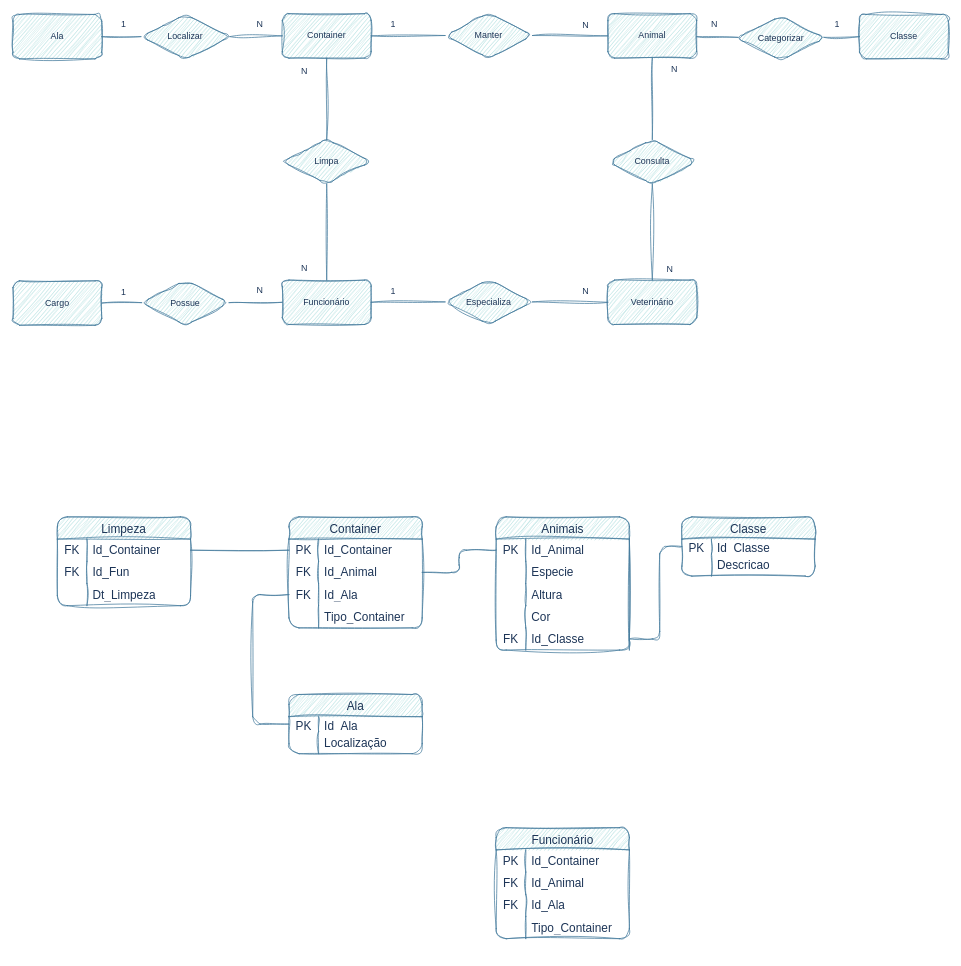
This is ETEC/DB/Atvs/Diagrama sem nome.drawio from Endrigogustavo/2Ano-ETEC, a draw.io file, before an edit. Source tidied: cells renumbered, new cells numbered last; positions are measured from the earlier drawing's top-left corner, leaving out a move shared by most shapes. Both pictures are drawn from the tidied source at 74%, with x=0, y=0 at pixel (13, 13).
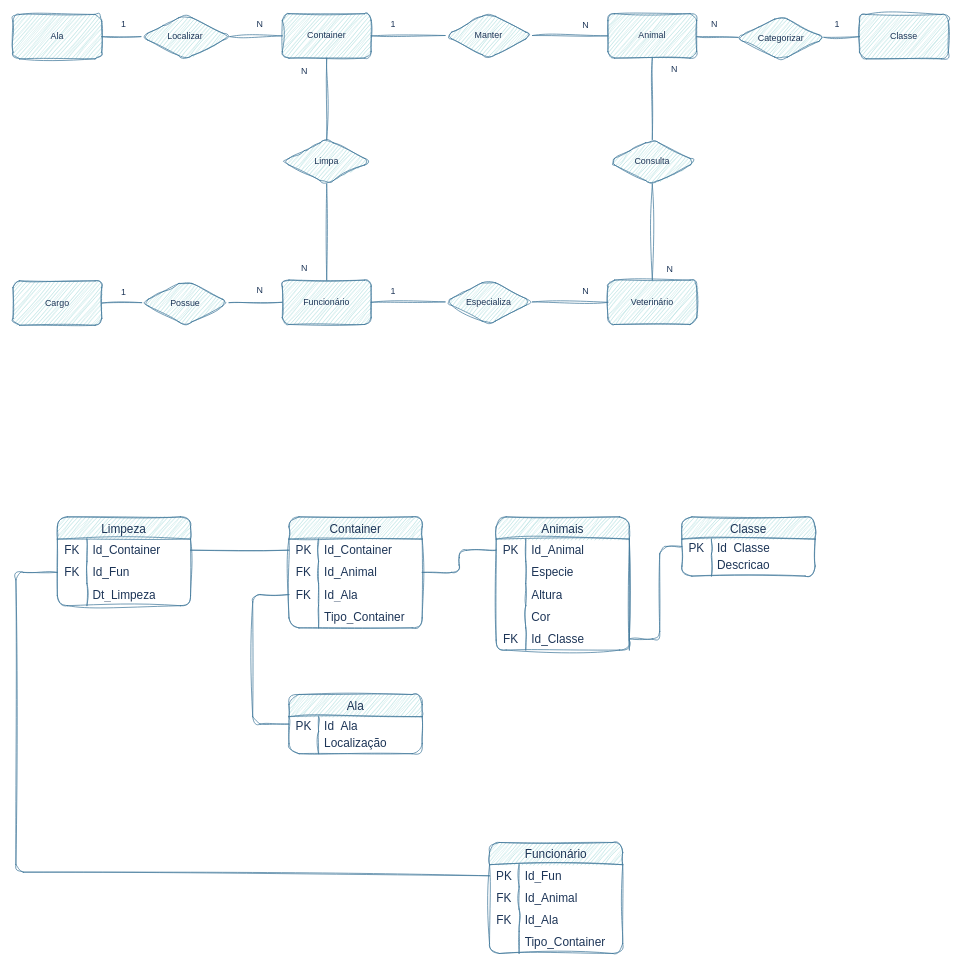
The same page after the edit.

Unchanged cells that the change refers to:
```xml
<mxCell id="95" style="shape=tableRow;horizontal=0;startSize=0;swimlaneHead=0;swimlaneBody=0;top=0;left=0;bottom=0;right=0;fillColor=none;points=[[0,0.5],[1,0.5]];portConstraint=eastwest;strokeColor=#457B9D;fontSize=16;rounded=1;sketch=1;curveFitting=1;jiggle=2;labelBackgroundColor=none;fontColor=#1D3557;" parent="91" vertex="1">
  <mxGeometry y="60" width="180" height="30" as="geometry" />
</mxCell>
<mxCell id="103" style="shape=tableRow;horizontal=0;startSize=0;swimlaneHead=0;swimlaneBody=0;top=0;left=0;bottom=0;right=0;fillColor=none;points=[[0,0.5],[1,0.5]];portConstraint=eastwest;strokeColor=#457B9D;fontSize=16;rounded=1;sketch=1;curveFitting=1;jiggle=2;labelBackgroundColor=none;fontColor=#1D3557;" parent="102" vertex="1">
  <mxGeometry y="30" width="180" height="30" as="geometry" />
</mxCell>
```

Diff of the diagram source:
```diff
@@
     <mxCell id="102" value="Funcionário" style="shape=table;startSize=30;childLayout=tableLayout;rowLines=0;fontStyle=0;strokeColor=#457B9D;fontSize=16;rounded=1;sketch=1;curveFitting=1;jiggle=2;labelBackgroundColor=none;fillColor=#A8DADC;fontColor=#1D3557;" parent="1" vertex="1">
-      <mxGeometry x="653" y="1101" width="180" height="150" as="geometry" />
+      <mxGeometry x="644" y="1121" width="180" height="150" as="geometry" />
     </mxCell>
@@
-    <mxCell id="105" value="Id_Container" style="shape=partialRectangle;html=1;whiteSpace=wrap;fillColor=none;top=0;left=0;bottom=0;right=0;align=left;spacingLeft=6;overflow=hidden;strokeColor=#457B9D;fontSize=16;rounded=1;sketch=1;curveFitting=1;jiggle=2;labelBackgroundColor=none;fontColor=#1D3557;" parent="103" vertex="1">
+    <mxCell id="105" value="Id_Fun" style="shape=partialRectangle;html=1;whiteSpace=wrap;fillColor=none;top=0;left=0;bottom=0;right=0;align=left;spacingLeft=6;overflow=hidden;strokeColor=#457B9D;fontSize=16;rounded=1;sketch=1;curveFitting=1;jiggle=2;labelBackgroundColor=none;fontColor=#1D3557;" parent="103" vertex="1">
       <mxGeometry x="40" width="140" height="30" as="geometry" />
     </mxCell>
@@
+    <mxCell id="115" style="endArrow=none;html=1;rounded=1;exitX=0;exitY=0.5;exitDx=0;exitDy=0;entryX=0;entryY=0.5;entryDx=0;entryDy=0;sketch=1;curveFitting=1;jiggle=2;labelBackgroundColor=none;strokeColor=#457B9D;fontColor=default;" parent="1" edge="1" source="103" target="95">
+      <mxGeometry relative="1" as="geometry">
+        <Array as="points">
+          <mxPoint x="4" y="1161" />
+          <mxPoint x="4" y="756" />
+        </Array>
+      </mxGeometry>
+    </mxCell>
```
